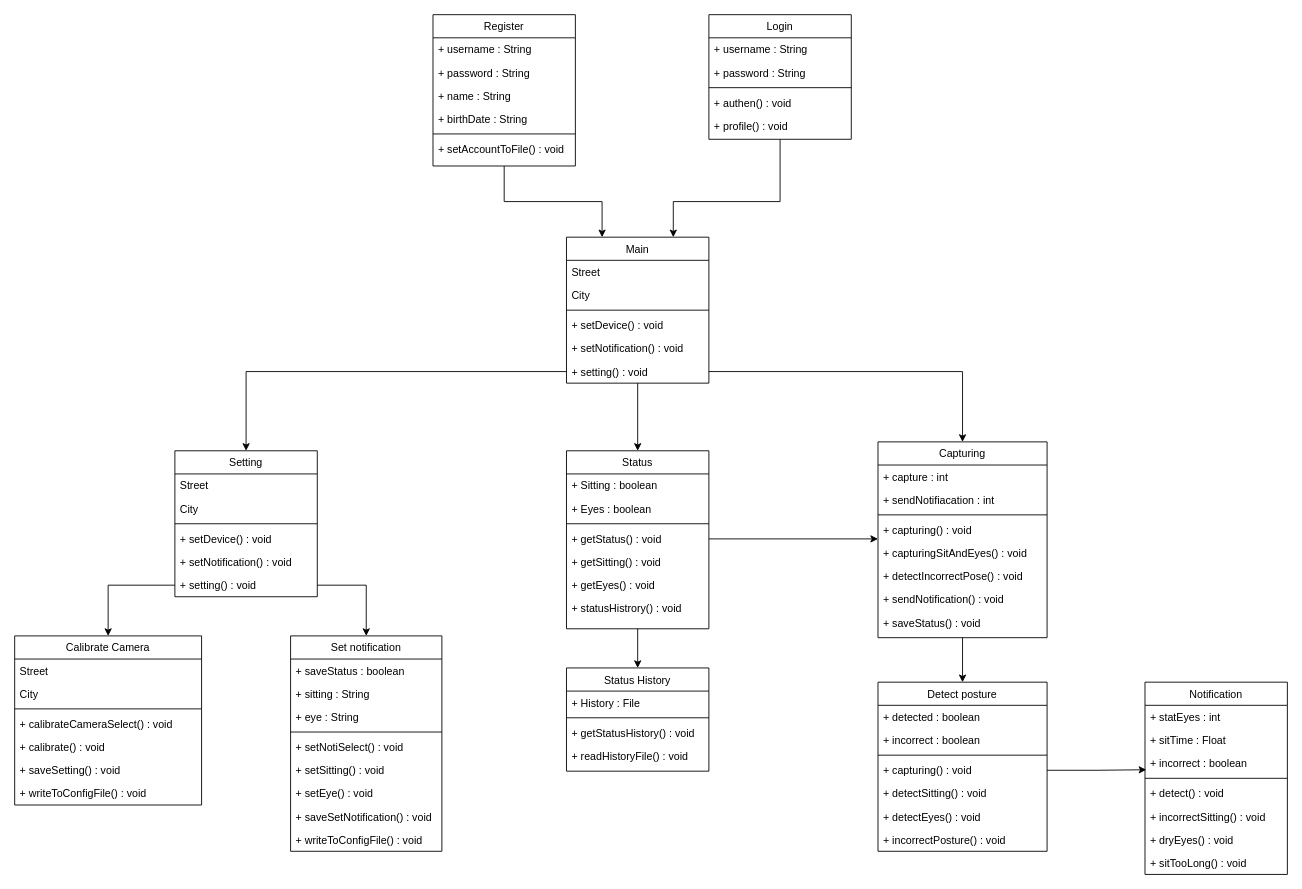
Earlier version of the draw.io diagram Design/Class_Diagram.drawio (astrrr/Right-posture). Source tidied: cells renumbered, new cells numbered last; positions are measured from the earlier drawing's top-left corner, leaving out a move shared by most shapes. Both pictures are drawn from the tidied source at 89%, with x=0, y=0 at pixel (14, 14).
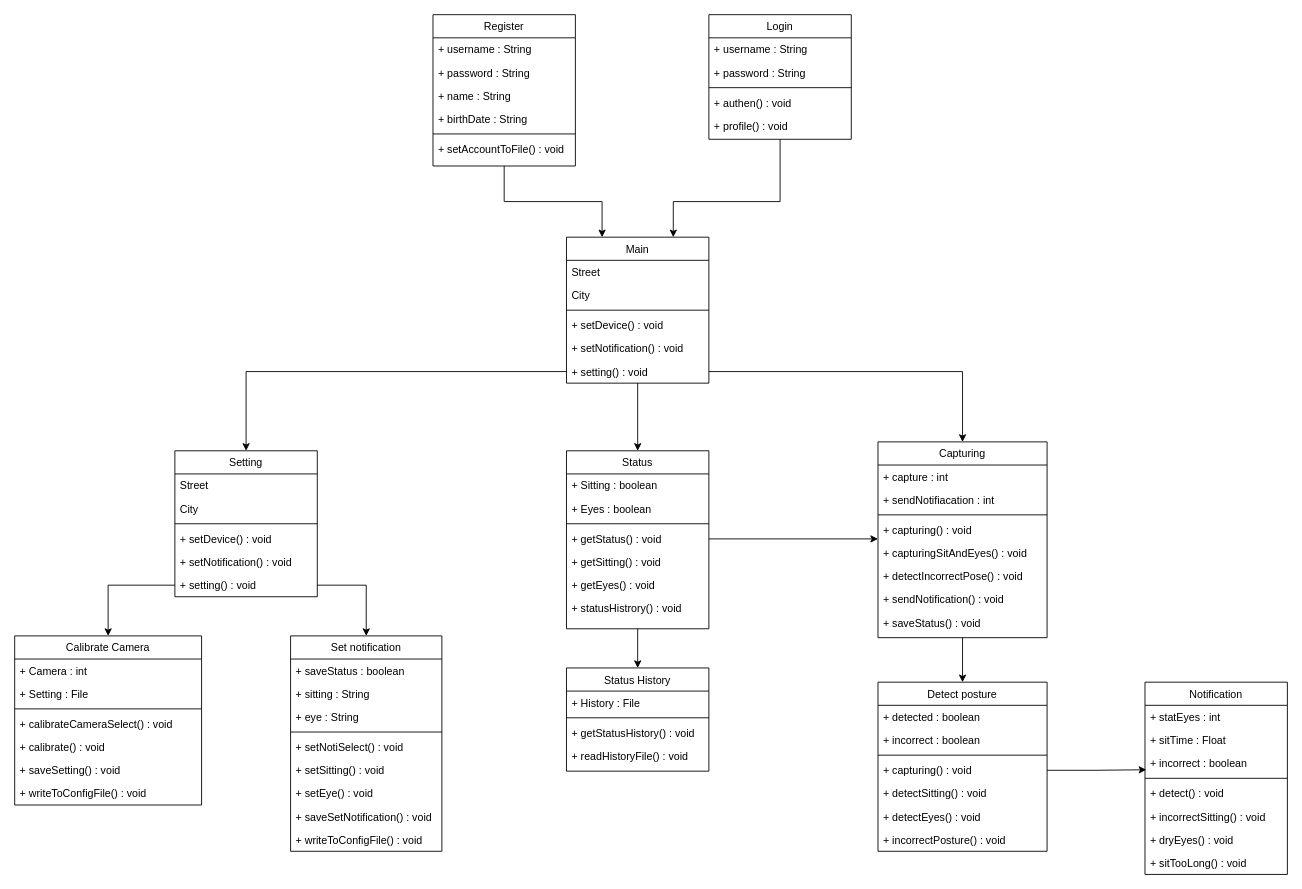
After the change.

Commit message:
Attr. Calibrate Camera Class_Diagram.drawio

The change refers to these unchanged cells:
```xml
<mxCell id="33" value="Calibrate Camera" style="swimlane;fontStyle=0;align=center;verticalAlign=top;horizontal=1;startSize=26;rounded=0;shadow=0;strokeWidth=1;" parent="1" vertex="1">
  <mxGeometry y="698" width="210" height="190" as="geometry" />
</mxCell>
```

Change to the diagram source:
```diff
@@
-    <mxCell id="34" value="Street" style="text;align=left;verticalAlign=top;spacingLeft=4;spacingRight=4;overflow=hidden;" parent="33" vertex="1">
+    <mxCell id="34" value="+ Camera : int" style="text;align=left;verticalAlign=top;spacingLeft=4;spacingRight=4;overflow=hidden;" parent="33" vertex="1">
       <mxGeometry y="26" width="210" height="26" as="geometry" />
     </mxCell>
-    <mxCell id="35" value="City" style="text;align=left;verticalAlign=top;spacingLeft=4;spacingRight=4;overflow=hidden;rounded=0;shadow=0;html=0;" parent="33" vertex="1">
+    <mxCell id="35" value="+ Setting : File" style="text;align=left;verticalAlign=top;spacingLeft=4;spacingRight=4;overflow=hidden;rounded=0;shadow=0;html=0;" parent="33" vertex="1">
       <mxGeometry y="52" width="210" height="26" as="geometry" />
     </mxCell>
```
